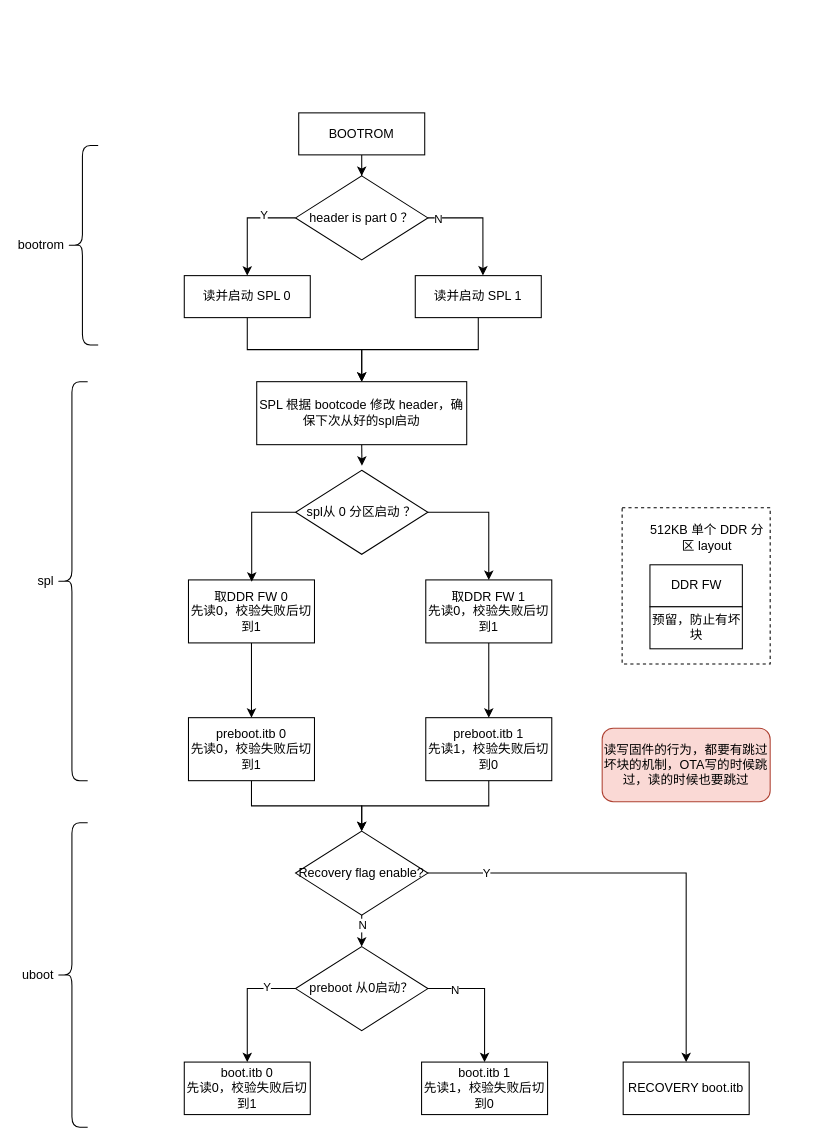
wdhgit/drawio keeps this draw.io diagram as page "第 2 页" (2 of 6) of NAND坏块管理和升级.drawio. Above is the earlier version. Source tidied: cells renumbered, new cells numbered last; positions are measured from the earlier drawing's top-left corner, leaving out a move shared by most shapes. Both pictures are drawn from the tidied source at 105%, with x=0, y=0 at pixel (56, 112).
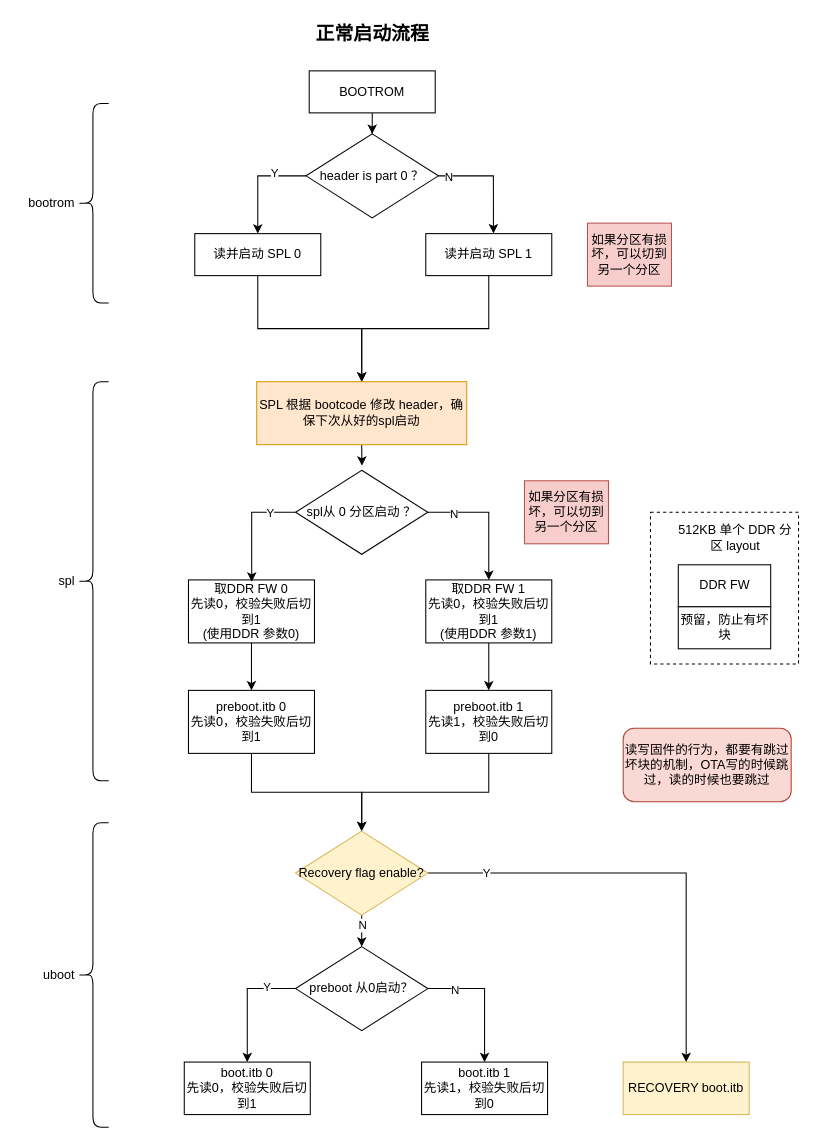
The same diagram, later.

Unchanged cells that the change refers to:
```xml
<mxCell id="16" value="spl从 0 分区启动 ？" style="rhombus;whiteSpace=wrap;html=1;" parent="1" vertex="1">
  <mxGeometry x="228" y="340.4" width="126" height="80" as="geometry" />
</mxCell>
<mxCell id="46" style="edgeStyle=orthogonalEdgeStyle;rounded=0;jettySize=auto;html=1;exitX=0;exitY=0.5;exitDx=0;exitDy=0;entryX=0.502;entryY=0.029;entryDx=0;entryDy=0;entryPerimeter=0;" parent="1" edge="1" source="16" target="43">
  <mxGeometry relative="1" as="geometry" />
</mxCell>
```

What changed in the source:
```diff
@@
     <mxCell id="3" value="BOOTROM" style="rounded=0;whiteSpace=wrap;html=1;" parent="1" vertex="1">
-      <mxGeometry x="231" width="120" height="40" as="geometry" />
+      <mxGeometry x="241" y="-40" width="120" height="40" as="geometry" />
     </mxCell>
     <mxCell id="4" style="edgeStyle=orthogonalEdgeStyle;rounded=0;jettySize=auto;html=1;exitX=0;exitY=0.5;exitDx=0;exitDy=0;" parent="1" edge="1" source="6" target="8">
       <mxGeometry relative="1" as="geometry">
         <Array as="points">
-          <mxPoint x="182" y="100" />
+          <mxPoint x="192" y="60" />
         </Array>
       </mxGeometry>
     </mxCell>
@@
     <mxCell id="6" value="header is part 0 ？" style="rhombus;whiteSpace=wrap;html=1;" parent="1" vertex="1">
-      <mxGeometry x="228" y="60" width="126" height="80" as="geometry" />
+      <mxGeometry x="238" y="20" width="126" height="80" as="geometry" />
     </mxCell>
@@
     <mxCell id="8" value="读并启动 SPL 0" style="rounded=0;whiteSpace=wrap;html=1;" parent="1" vertex="1">
-      <mxGeometry x="122" y="155" width="120" height="40" as="geometry" />
+      <mxGeometry x="132" y="115" width="120" height="40" as="geometry" />
     </mxCell>
@@
     <mxCell id="10" value="读并启动 SPL 1" style="rounded=0;whiteSpace=wrap;html=1;" parent="1" vertex="1">
-      <mxGeometry x="342" y="155" width="120" height="40" as="geometry" />
+      <mxGeometry x="352" y="115" width="120" height="40" as="geometry" />
     </mxCell>
@@
-    <mxCell id="14" value="SPL 根据 bootcode 修改 header，确保下次从好的spl启动" style="rounded=0;whiteSpace=wrap;html=1;" parent="1" vertex="1">
+    <mxCell id="14" value="SPL 根据 bootcode 修改 header，确保下次从好的spl启动" style="rounded=0;whiteSpace=wrap;html=1;fillColor=#ffe6cc;strokeColor=#d79b00;" parent="1" vertex="1">
       <mxGeometry x="191" y="256" width="200" height="60" as="geometry" />
     </mxCell>
     <mxCell id="15" style="edgeStyle=orthogonalEdgeStyle;rounded=0;jettySize=auto;html=1;exitX=1;exitY=0.5;exitDx=0;exitDy=0;entryX=0.5;entryY=0;entryDx=0;entryDy=0;" parent="1" edge="1" source="16" target="45">
-      <mxGeometry relative="1" as="geometry" />
+      <mxGeometry relative="1" as="geometry">
+        <Array as="points">
+          <mxPoint x="412" y="380.4" />
+        </Array>
+      </mxGeometry>
     </mxCell>
+    <mxCell id="47" value="N" style="edgeLabel;html=1;align=center;verticalAlign=middle;" parent="15" vertex="1">
+      <mxGeometry x="-0.61" y="-1" relative="1" as="geometry" />
+    </mxCell>
@@
     <mxCell id="18" value="preboot.itb 0&lt;div&gt;先读0，校验失败后切到1&lt;/div&gt;" style="rounded=0;whiteSpace=wrap;html=1;" parent="1" vertex="1">
-      <mxGeometry x="126" y="576" width="120" height="60" as="geometry" />
+      <mxGeometry x="126" y="550" width="120" height="60" as="geometry" />
     </mxCell>
@@
     <mxCell id="20" value="preboot.itb 1&lt;div&gt;先读1，校验失败后切到0&lt;/div&gt;" style="rounded=0;whiteSpace=wrap;html=1;" parent="1" vertex="1">
-      <mxGeometry x="352" y="576" width="120" height="60" as="geometry" />
+      <mxGeometry x="352" y="550" width="120" height="60" as="geometry" />
     </mxCell>
@@
-    <mxCell id="32" value="Recovery flag enable?" style="rhombus;whiteSpace=wrap;html=1;" parent="1" vertex="1">
+    <mxCell id="32" value="Recovery flag enable?" style="rhombus;whiteSpace=wrap;html=1;fillColor=#fff2cc;strokeColor=#d6b656;" parent="1" vertex="1">
       <mxGeometry x="228" y="684" width="126" height="80" as="geometry" />
     </mxCell>
-    <mxCell id="33" value="RECOVERY boot.itb" style="rounded=0;whiteSpace=wrap;html=1;" parent="1" vertex="1">
+    <mxCell id="33" value="RECOVERY boot.itb" style="rounded=0;whiteSpace=wrap;html=1;fillColor=#fff2cc;strokeColor=#d6b656;" parent="1" vertex="1">
       <mxGeometry x="540" y="904" width="120" height="50" as="geometry" />
     </mxCell>
     <mxCell id="34" value="bootrom" style="shape=curlyBracket;whiteSpace=wrap;html=1;rounded=1;labelPosition=left;verticalLabelPosition=middle;align=right;verticalAlign=middle;" parent="1" vertex="1">
-      <mxGeometry x="10" y="31" width="30" height="190" as="geometry" />
+      <mxGeometry x="20" y="-9" width="30" height="190" as="geometry" />
     </mxCell>
     <mxCell id="35" value="spl" style="shape=curlyBracket;whiteSpace=wrap;html=1;rounded=1;labelPosition=left;verticalLabelPosition=middle;align=right;verticalAlign=middle;" parent="1" vertex="1">
-      <mxGeometry y="256" width="30" height="380" as="geometry" />
+      <mxGeometry x="20" y="256" width="30" height="380" as="geometry" />
     </mxCell>
     <mxCell id="36" value="uboot" style="shape=curlyBracket;whiteSpace=wrap;html=1;rounded=1;labelPosition=left;verticalLabelPosition=middle;align=right;verticalAlign=middle;" parent="1" vertex="1">
-      <mxGeometry y="676" width="30" height="290" as="geometry" />
+      <mxGeometry x="20" y="676" width="30" height="290" as="geometry" />
     </mxCell>
     <mxCell id="37" value="DDR FW" style="rounded=0;whiteSpace=wrap;html=1;" parent="1" vertex="1">
-      <mxGeometry x="565.5" y="430.4" width="88" height="40" as="geometry" />
+      <mxGeometry x="592.5" y="430.4" width="88" height="40" as="geometry" />
     </mxCell>
     <mxCell id="38" value="预留，防止有坏块" style="rounded=0;whiteSpace=wrap;html=1;" parent="1" vertex="1">
-      <mxGeometry x="565.5" y="470.4" width="88" height="40" as="geometry" />
+      <mxGeometry x="592.5" y="470.4" width="88" height="40" as="geometry" />
     </mxCell>
     <mxCell id="39" value="512KB 单个 DDR 分区 layout" style="text;html=1;whiteSpace=wrap;strokeColor=none;fillColor=none;align=center;verticalAlign=middle;rounded=0;" parent="1" vertex="1">
-      <mxGeometry x="563.5" y="390.4" width="112" height="30" as="geometry" />
+      <mxGeometry x="590.5" y="390.4" width="112" height="30" as="geometry" />
     </mxCell>
     <mxCell id="40" style="rounded=0;whiteSpace=wrap;html=1;fillColor=none;dashed=1;" parent="1" vertex="1">
-      <mxGeometry x="539" y="376" width="141" height="148.8" as="geometry" />
+      <mxGeometry x="566" y="380.4" width="141" height="144.4" as="geometry" />
     </mxCell>
     <mxCell id="41" value="读写固件的行为，都要有跳过坏块的机制，OTA写的时候跳过，读的时候也要跳过" style="rounded=1;whiteSpace=wrap;html=1;fillColor=#fad9d5;strokeColor=#ae4132;" parent="1" vertex="1">
-      <mxGeometry x="520" y="586" width="160" height="70" as="geometry" />
+      <mxGeometry x="540" y="586" width="160" height="70" as="geometry" />
     </mxCell>
@@
-    <mxCell id="43" value="取DDR FW 0&lt;div&gt;先读0，校验失败后切到1&lt;/div&gt;" style="rounded=0;whiteSpace=wrap;html=1;" parent="1" vertex="1">
+    <mxCell id="43" value="取DDR FW 0&lt;div&gt;先读0，校验失败后切到1&lt;/div&gt;&lt;div&gt;(使用DDR 参数0)&lt;/div&gt;" style="rounded=0;whiteSpace=wrap;html=1;" parent="1" vertex="1">
       <mxGeometry x="126" y="444.8" width="120" height="60" as="geometry" />
     </mxCell>
@@
-    <mxCell id="45" value="取DDR FW 1&lt;div&gt;先读0，校验失败后切到1&lt;/div&gt;" style="rounded=0;whiteSpace=wrap;html=1;" parent="1" vertex="1">
+    <mxCell id="45" value="取DDR FW 1&lt;div&gt;先读0，校验失败后切到1&lt;/div&gt;&lt;div&gt;&lt;span style=&quot;background-color: transparent; color: light-dark(rgb(0, 0, 0), rgb(255, 255, 255));&quot;&gt;(使用DDR 参数1)&lt;/span&gt;&lt;/div&gt;" style="rounded=0;whiteSpace=wrap;html=1;" parent="1" vertex="1">
       <mxGeometry x="352" y="444.8" width="120" height="60" as="geometry" />
     </mxCell>
@@
+    <mxCell id="48" value="Y" style="edgeLabel;html=1;align=center;verticalAlign=middle;" parent="46" vertex="1">
+      <mxGeometry x="-0.53" relative="1" as="geometry" />
+    </mxCell>
+    <mxCell id="49" value="如果分区有损坏，可以切到另一个分区" style="text;html=1;whiteSpace=wrap;strokeColor=#b85450;fillColor=#f8cecc;align=center;verticalAlign=middle;rounded=0;" parent="1" vertex="1">
+      <mxGeometry x="506" y="105" width="80" height="60" as="geometry" />
+    </mxCell>
+    <mxCell id="50" value="如果分区有损坏，可以切到另一个分区" style="text;html=1;whiteSpace=wrap;strokeColor=#b85450;fillColor=#f8cecc;align=center;verticalAlign=middle;rounded=0;" parent="1" vertex="1">
+      <mxGeometry x="446" y="350.4" width="80" height="60" as="geometry" />
+    </mxCell>
+    <mxCell id="51" value="正常启动流程" style="text;html=1;whiteSpace=wrap;strokeColor=none;fillColor=none;align=center;verticalAlign=middle;rounded=0;fontSize=18;fontStyle=1;" parent="1" vertex="1">
+      <mxGeometry x="121.5" y="-90" width="359" height="30" as="geometry" />
+    </mxCell>
```
